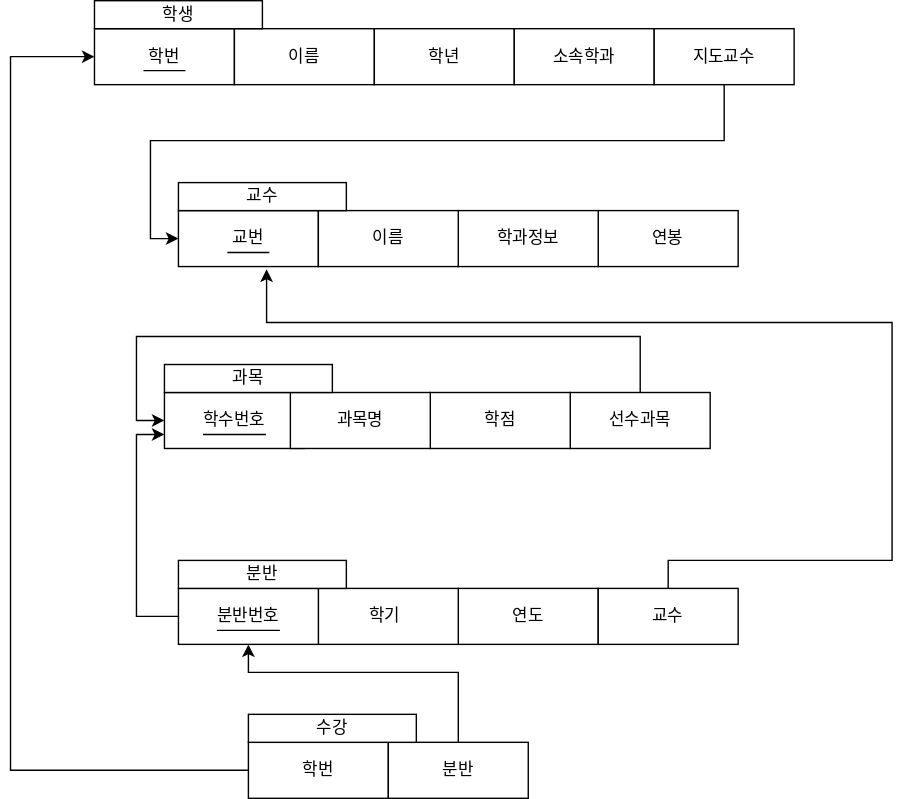
Above: 관계모델 과제.drawio.svg in peeerr/document (draw.io), before the change. Source tidied: cells renumbered, new cells last; positions are measured from the earlier drawing's top-left corner, leaving out a move shared by most shapes.
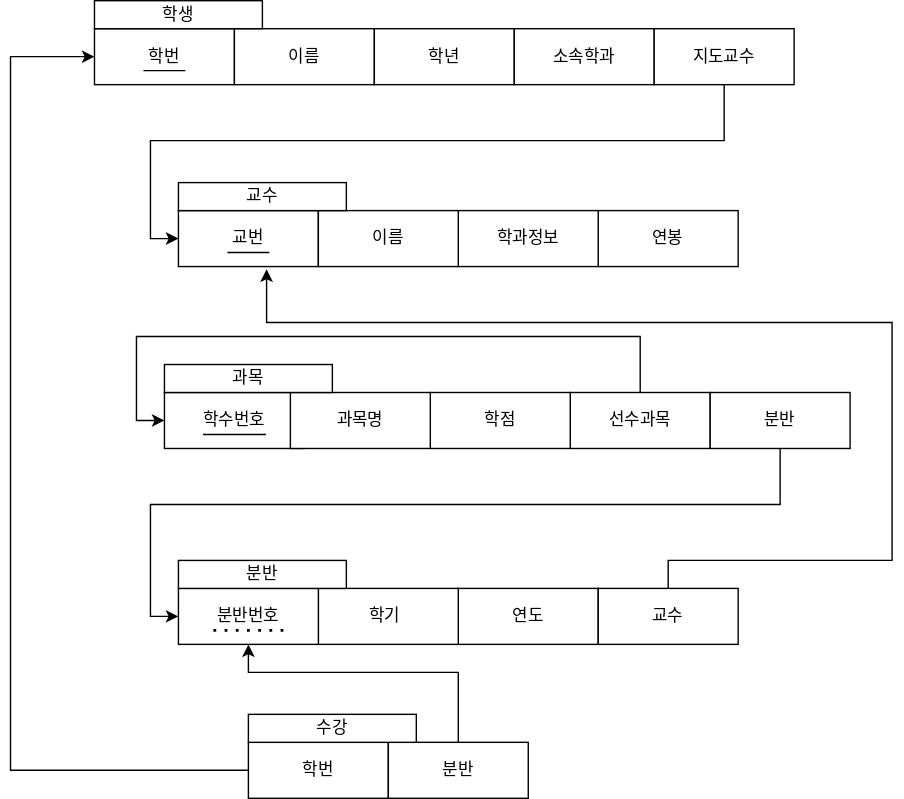
The same diagram one commit later.

Commit message:
관계모델 과제.drawio.svg 업데이트

Diff of the diagram source:
```diff
@@ -72,14 +72,6 @@
     <mxCell id="18" value="학기&lt;span style=&quot;white-space: pre;&quot;&gt;&#9;&lt;/span&gt;" style="rounded=0;whiteSpace=wrap;html=1;" parent="1" vertex="1">
       <mxGeometry x="220" y="420" width="100" height="40" as="geometry" />
     </mxCell>
-    <mxCell id="19" style="edgeStyle=orthogonalEdgeStyle;rounded=0;jettySize=auto;html=1;entryX=0;entryY=0.75;entryDx=0;entryDy=0;" parent="1" edge="1" source="20" target="14">
-      <mxGeometry relative="1" as="geometry">
-        <Array as="points">
-          <mxPoint x="90" y="440" />
-          <mxPoint x="90" y="310" />
-        </Array>
-      </mxGeometry>
-    </mxCell>
     <mxCell id="20" value="분반번호" style="rounded=0;whiteSpace=wrap;html=1;" parent="1" vertex="1">
       <mxGeometry x="120" y="420" width="100" height="40" as="geometry" />
     </mxCell>
@@ -101,12 +93,6 @@
         <mxPoint x="182.5" y="310" as="targetPoint" />
       </mxGeometry>
     </mxCell>
-    <mxCell id="24" style="endArrow=none;html=1;rounded=0;" parent="1" edge="1">
-      <mxGeometry relative="1" as="geometry">
-        <mxPoint x="147.5" y="450" as="sourcePoint" />
-        <mxPoint x="192.5" y="450" as="targetPoint" />
-      </mxGeometry>
-    </mxCell>
     <mxCell id="25" value="학점" style="rounded=0;whiteSpace=wrap;html=1;" parent="1" vertex="1">
       <mxGeometry x="300" y="280" width="100" height="40" as="geometry" />
     </mxCell>
@@ -150,5 +136,23 @@
     <mxCell id="35" value="수강" style="rounded=0;whiteSpace=wrap;html=1;" parent="1" vertex="1">
       <mxGeometry x="170" y="510" width="120" height="20" as="geometry" />
     </mxCell>
+    <mxCell id="36" style="endArrow=none;dashed=1;html=1;dashPattern=1 3;strokeWidth=2;rounded=0;" parent="1" edge="1">
+      <mxGeometry relative="1" as="geometry">
+        <mxPoint x="145" y="450" as="sourcePoint" />
+        <mxPoint x="195" y="450" as="targetPoint" />
+      </mxGeometry>
+    </mxCell>
+    <mxCell id="37" style="edgeStyle=orthogonalEdgeStyle;rounded=0;jettySize=auto;html=1;entryX=0;entryY=0.5;entryDx=0;entryDy=0;" parent="1" edge="1" source="38" target="20">
+      <mxGeometry relative="1" as="geometry">
+        <Array as="points">
+          <mxPoint x="550" y="360" />
+          <mxPoint x="100" y="360" />
+          <mxPoint x="100" y="440" />
+        </Array>
+      </mxGeometry>
+    </mxCell>
+    <mxCell id="38" value="분반" style="rounded=0;whiteSpace=wrap;html=1;" parent="1" vertex="1">
+      <mxGeometry x="500" y="280" width="100" height="40" as="geometry" />
+    </mxCell>
   </root>
 </mxGraphModel>
```
